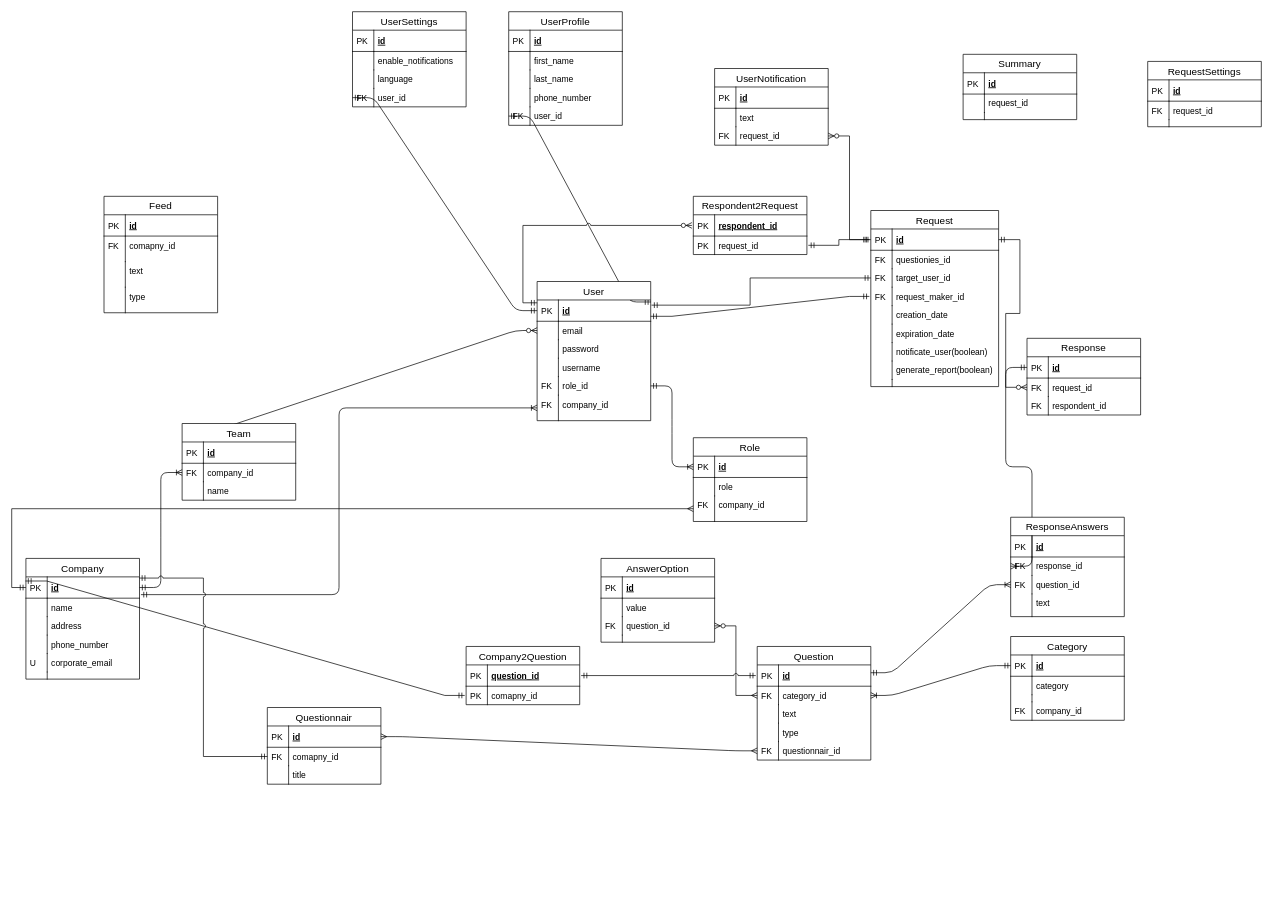
This is docs/feedback_db.drawio from BinaryStudioAcademy/bsa-2020-feedgrabber, a draw.io file, before an edit. Source tidied: cells renumbered, new cells numbered last; positions are measured from the earlier drawing's top-left corner, leaving out a move shared by most shapes. Both pictures are drawn from the tidied source at 71%, with x=0, y=0 at pixel (26, 11).
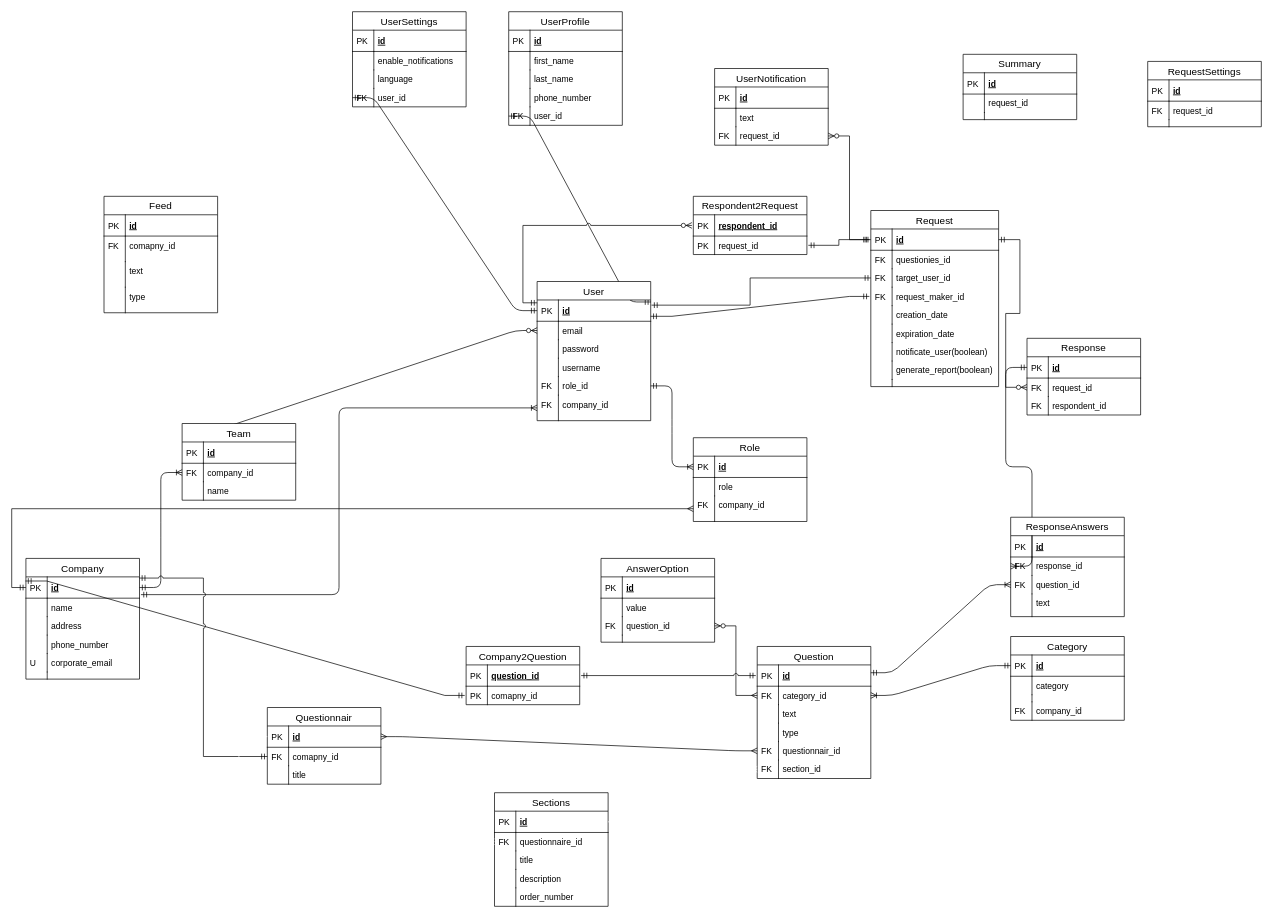
Above is the later version.

Commit message (it also covers changes not shown here):
Add section entity

Unchanged cells that the change refers to:
```xml
<mxCell id="133" value="id" style="shape=partialRectangle;top=0;left=0;right=0;bottom=1;align=left;verticalAlign=middle;fillColor=none;spacingLeft=34;spacingRight=4;overflow=hidden;points=[[0,0.5],[1,0.5]];portConstraint=eastwest;fontStyle=5;fontSize=12;" parent="132" vertex="1">
  <mxGeometry y="26" width="160" height="30" as="geometry" />
</mxCell>
```

Diff of the diagram source:
```diff
@@
     <mxCell id="86" value="Question" style="swimlane;fontStyle=0;horizontal=1;startSize=26;align=center;fontSize=14;" parent="1" vertex="1">
-      <mxGeometry x="1030" y="894" width="160" height="160" as="geometry" />
+      <mxGeometry x="1030" y="894" width="160" height="186" as="geometry" />
     </mxCell>
@@
-    <mxCell id="95" value="questionnair_id" style="shape=partialRectangle;top=0;left=0;right=0;bottom=0;align=left;verticalAlign=top;fillColor=none;spacingLeft=34;spacingRight=4;overflow=hidden;points=[[0,0.5],[1,0.5]];portConstraint=eastwest;fontSize=12;" parent="86" vertex="1">
+    <mxCell id="95" value="questionnair_id" style="shape=partialRectangle;top=0;left=0;right=0;bottom=0;align=left;verticalAlign=top;fillColor=none;spacingLeft=34;spacingRight=4;overflow=hidden;points=[[0,0.5],[1,0.5]];portConstraint=eastwest;fontSize=12;shadow=1;" parent="86" vertex="1">
       <mxGeometry y="134" width="160" height="26" as="geometry" />
     </mxCell>
@@
+    <mxCell id="194" value="section_id" style="shape=partialRectangle;top=0;left=0;right=0;bottom=0;align=left;verticalAlign=top;fillColor=none;spacingLeft=34;spacingRight=4;overflow=hidden;points=[[0,0.5],[1,0.5]];portConstraint=eastwest;fontSize=12;" parent="86" vertex="1">
+      <mxGeometry y="160" width="160" height="26" as="geometry" />
+    </mxCell>
+    <mxCell id="195" value="FK" style="shape=partialRectangle;top=0;left=0;bottom=0;fillColor=none;align=left;verticalAlign=top;spacingLeft=4;spacingRight=4;overflow=hidden;fontSize=12;" parent="194" vertex="1">
+      <mxGeometry width="30" height="26" as="geometry" />
+    </mxCell>
@@
+    <mxCell id="196" value="Sections" style="swimlane;fontStyle=0;horizontal=1;startSize=26;align=center;fontSize=14;" parent="1" vertex="1">
+      <mxGeometry x="660" y="1100" width="160" height="160" as="geometry" />
+    </mxCell>
+    <mxCell id="197" value="id" style="shape=partialRectangle;top=0;left=0;right=0;bottom=1;align=left;verticalAlign=middle;fillColor=none;spacingLeft=34;spacingRight=4;overflow=hidden;points=[[0,0.5],[1,0.5]];portConstraint=eastwest;fontStyle=5;fontSize=12;" parent="196" vertex="1">
+      <mxGeometry y="26" width="160" height="30" as="geometry" />
+    </mxCell>
+    <mxCell id="198" value="PK" style="shape=partialRectangle;top=0;left=0;bottom=0;fillColor=none;align=left;verticalAlign=middle;spacingLeft=4;spacingRight=4;overflow=hidden;fontSize=12;" parent="197" vertex="1">
+      <mxGeometry width="30" height="30" as="geometry" />
+    </mxCell>
+    <mxCell id="199" value="questionnaire_id" style="shape=partialRectangle;top=0;left=0;right=0;bottom=0;align=left;verticalAlign=top;fillColor=none;spacingLeft=34;spacingRight=4;overflow=hidden;points=[[0,0.5],[1,0.5]];portConstraint=eastwest;fontSize=12;" parent="196" vertex="1">
+      <mxGeometry y="56" width="160" height="26" as="geometry" />
+    </mxCell>
+    <mxCell id="200" value="FK" style="shape=partialRectangle;top=0;left=0;bottom=0;fillColor=none;align=left;verticalAlign=top;spacingLeft=4;spacingRight=4;overflow=hidden;fontSize=12;" parent="199" vertex="1">
+      <mxGeometry width="30" height="26" as="geometry" />
+    </mxCell>
+    <mxCell id="201" value="title" style="shape=partialRectangle;top=0;left=0;right=0;bottom=0;align=left;verticalAlign=top;fillColor=none;spacingLeft=34;spacingRight=4;overflow=hidden;fontSize=12;" parent="196" vertex="1">
+      <mxGeometry y="82" width="160" height="26" as="geometry" />
+    </mxCell>
+    <mxCell id="202" style="shape=partialRectangle;top=0;left=0;bottom=0;fillColor=none;align=left;verticalAlign=top;spacingLeft=4;spacingRight=4;overflow=hidden;fontSize=12;" parent="201" vertex="1">
+      <mxGeometry width="30" height="26" as="geometry" />
+    </mxCell>
+    <mxCell id="203" value="description" style="shape=partialRectangle;top=0;left=0;right=0;bottom=0;align=left;verticalAlign=top;fillColor=none;spacingLeft=34;spacingRight=4;overflow=hidden;fontSize=12;" parent="196" vertex="1">
+      <mxGeometry y="108" width="160" height="26" as="geometry" />
+    </mxCell>
+    <mxCell id="204" style="shape=partialRectangle;top=0;left=0;bottom=0;fillColor=none;align=left;verticalAlign=top;spacingLeft=4;spacingRight=4;overflow=hidden;fontSize=12;" parent="203" vertex="1">
+      <mxGeometry width="30" height="26" as="geometry" />
+    </mxCell>
+    <mxCell id="205" value="order_number" style="shape=partialRectangle;top=0;left=0;right=0;bottom=0;align=left;verticalAlign=top;fillColor=none;spacingLeft=34;spacingRight=4;overflow=hidden;fontSize=12;" parent="196" vertex="1">
+      <mxGeometry y="134" width="160" height="26" as="geometry" />
+    </mxCell>
+    <mxCell id="206" style="shape=partialRectangle;top=0;left=0;bottom=0;fillColor=none;align=left;verticalAlign=top;spacingLeft=4;spacingRight=4;overflow=hidden;fontSize=12;" parent="205" vertex="1">
+      <mxGeometry width="30" height="26" as="geometry" />
+    </mxCell>
+    <mxCell id="207" style="edgeStyle=orthogonalEdgeStyle;rounded=0;jettySize=auto;html=1;exitX=0;exitY=0.5;exitDx=0;exitDy=0;strokeColor=#FFFFFF;endArrow=ERone;endFill=0;entryX=0;entryY=0.5;entryDx=0;entryDy=0;startArrow=ERoneToMany;startFill=0;" parent="1" edge="1" source="199" target="133">
+      <mxGeometry relative="1" as="geometry">
+        <Array as="points">
+          <mxPoint x="300" y="1169" />
+          <mxPoint x="300" y="1021" />
+        </Array>
+      </mxGeometry>
+    </mxCell>
+    <mxCell id="208" style="rounded=0;jettySize=auto;html=1;exitX=0;exitY=0.5;exitDx=0;exitDy=0;entryX=1;entryY=0.5;entryDx=0;entryDy=0;endArrow=ERone;endFill=0;strokeColor=#FFFFFF;edgeStyle=orthogonalEdgeStyle;startArrow=ERoneToMany;startFill=0;" parent="1" edge="1" source="194" target="197">
+      <mxGeometry relative="1" as="geometry" />
+    </mxCell>
```
